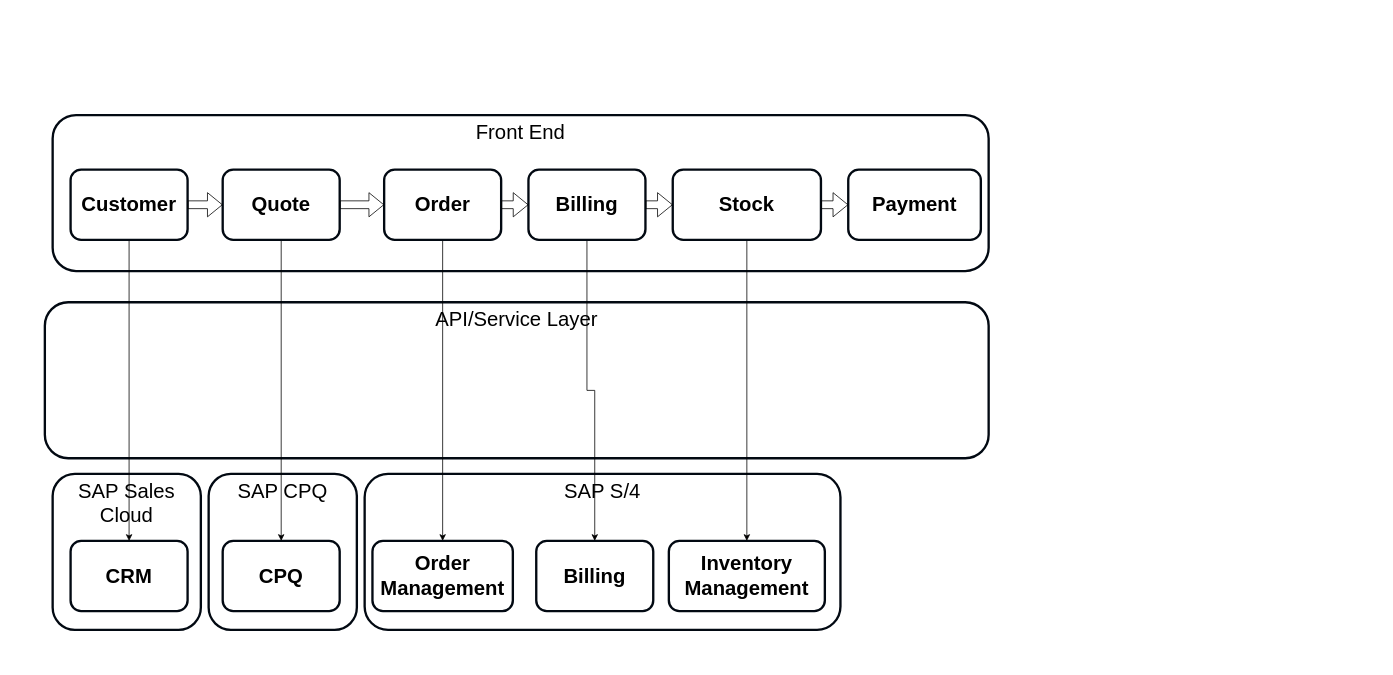
Above: page "UCP with POS" (11 of 13) of Sales Frontend Strategy.drawio in mrf742002/Diagrams (draw.io), before the change. Source tidied: cells renumbered, new cells numbered last; positions are measured from the earlier drawing's top-left corner, leaving out a move shared by most shapes. Both pictures are drawn from the tidied source at 78%, with x=0, y=0 at pixel (44, 115).
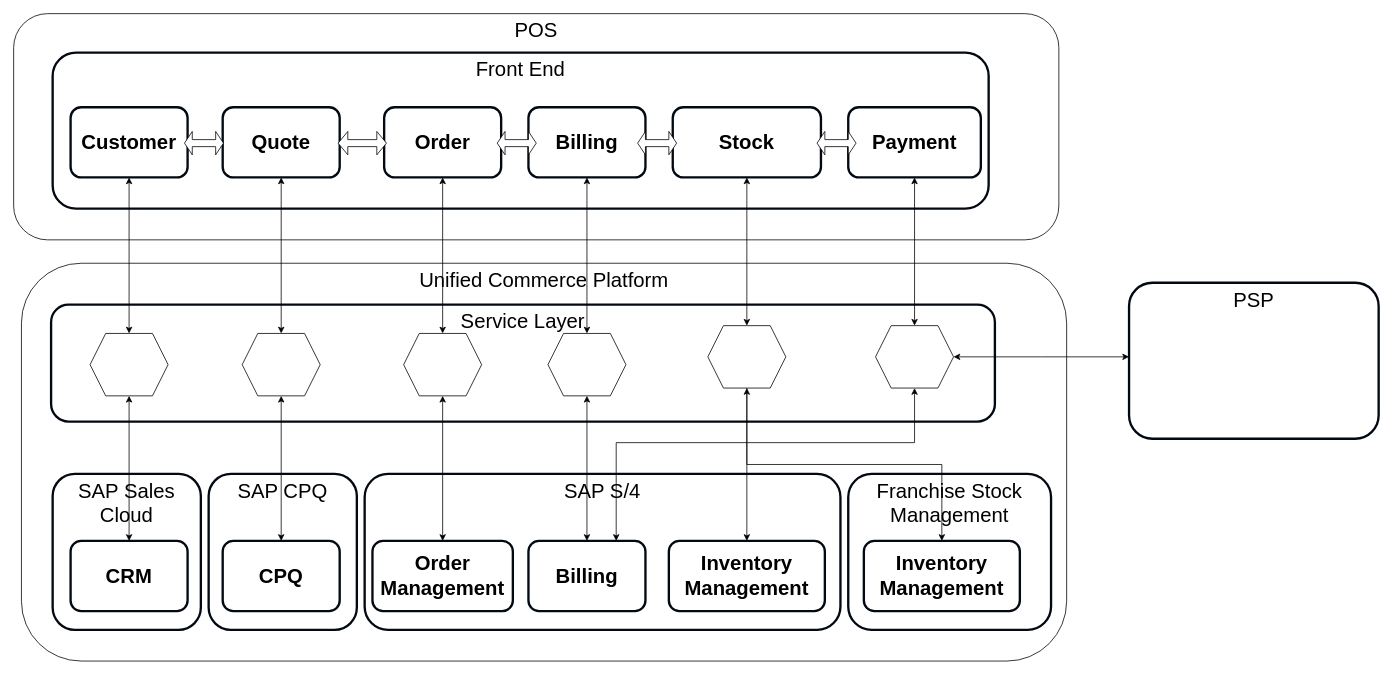
The same page after the edit.

Unchanged cells that the change refers to:
```xml
<mxCell id="6" value="&lt;b style=&quot;font-size: 26px&quot;&gt;CPQ&lt;br style=&quot;font-size: 26px&quot;&gt;&lt;/b&gt;" style="rounded=1;whiteSpace=wrap;html=1;verticalAlign=middle;strokeWidth=3;strokeColor=#020912;fontSize=26;" parent="1" vertex="1">
  <mxGeometry x="228" y="546" width="150" height="90" as="geometry" />
</mxCell>
<mxCell id="8" value="&lt;b style=&quot;font-size: 26px&quot;&gt;Inventory Management&lt;br style=&quot;font-size: 26px&quot;&gt;&lt;/b&gt;" style="rounded=1;whiteSpace=wrap;html=1;verticalAlign=middle;strokeWidth=3;strokeColor=#020912;fontSize=26;" parent="1" vertex="1">
  <mxGeometry x="800" y="546" width="200" height="90" as="geometry" />
</mxCell>
<mxCell id="9" value="&lt;b style=&quot;font-size: 26px&quot;&gt;CRM&lt;br style=&quot;font-size: 26px&quot;&gt;&lt;/b&gt;" style="rounded=1;whiteSpace=wrap;html=1;verticalAlign=middle;strokeWidth=3;strokeColor=#020912;fontSize=26;" parent="1" vertex="1">
  <mxGeometry x="33" y="546" width="150" height="90" as="geometry" />
</mxCell>
<mxCell id="10" value="&lt;b style=&quot;font-size: 26px&quot;&gt;Order Management&lt;br style=&quot;font-size: 26px&quot;&gt;&lt;/b&gt;" style="rounded=1;whiteSpace=wrap;html=1;verticalAlign=middle;strokeWidth=3;strokeColor=#020912;fontSize=26;" parent="1" vertex="1">
  <mxGeometry x="420" y="546" width="180" height="90" as="geometry" />
</mxCell>
```

Change to the diagram source:
```diff
@@
+    <mxCell id="28" value="POS" style="rounded=1;whiteSpace=wrap;html=1;verticalAlign=top;fontSize=26;" parent="1" vertex="1">
+      <mxGeometry x="-40" y="-130" width="1340" height="290" as="geometry" />
+    </mxCell>
+    <mxCell id="29" value="Unified Commerce Platform" style="rounded=1;whiteSpace=wrap;html=1;verticalAlign=top;fontSize=26;" parent="1" vertex="1">
+      <mxGeometry x="-30" y="190" width="1340" height="510" as="geometry" />
+    </mxCell>
+    <mxCell id="30" value="Franchise Stock Management" style="rounded=1;whiteSpace=wrap;html=1;verticalAlign=top;strokeWidth=3;strokeColor=#020912;fontSize=26;" parent="1" vertex="1">
+      <mxGeometry x="1030" y="460" width="260" height="200" as="geometry" />
+    </mxCell>
-    <mxCell id="2" value="API/Service Layer" style="rounded=1;whiteSpace=wrap;html=1;verticalAlign=top;strokeWidth=3;strokeColor=#020912;fontSize=26;" parent="1" vertex="1">
-      <mxGeometry y="240" width="1210" height="200" as="geometry" />
+    <mxCell id="2" value="Service Layer" style="rounded=1;whiteSpace=wrap;html=1;verticalAlign=top;strokeWidth=3;strokeColor=#020912;fontSize=26;" parent="1" vertex="1">
+      <mxGeometry x="8" y="243" width="1210" height="150" as="geometry" />
     </mxCell>
@@
     <mxCell id="7" value="&lt;b style=&quot;font-size: 26px&quot;&gt;Billing&lt;br style=&quot;font-size: 26px&quot;&gt;&lt;/b&gt;" style="rounded=1;whiteSpace=wrap;html=1;verticalAlign=middle;strokeWidth=3;strokeColor=#020912;fontSize=26;" parent="1" vertex="1">
-      <mxGeometry x="630" y="546" width="150" height="90" as="geometry" />
+      <mxGeometry x="620" y="546" width="150" height="90" as="geometry" />
     </mxCell>
@@
+    <mxCell id="31" style="edgeStyle=orthogonalEdgeStyle;rounded=0;jettySize=auto;html=1;exitX=0.5;exitY=0;exitDx=0;exitDy=0;startArrow=classic;startFill=1;" parent="1" edge="1" source="9" target="34">
+      <mxGeometry relative="1" as="geometry" />
+    </mxCell>
@@
     <mxCell id="11" value="Front End" style="rounded=1;whiteSpace=wrap;html=1;verticalAlign=top;strokeWidth=3;strokeColor=#020912;fontSize=26;" parent="1" vertex="1">
-      <mxGeometry x="10" width="1200" height="200" as="geometry" />
+      <mxGeometry x="10" y="-80" width="1200" height="200" as="geometry" />
     </mxCell>
-    <mxCell id="12" style="edgeStyle=orthogonalEdgeStyle;rounded=0;jettySize=auto;html=1;exitX=0.5;exitY=1;exitDx=0;exitDy=0;" parent="1" edge="1" source="13" target="9">
-      <mxGeometry relative="1" as="geometry" />
-    </mxCell>
     <mxCell id="13" value="&lt;b style=&quot;font-size: 26px&quot;&gt;Customer&lt;br style=&quot;font-size: 26px&quot;&gt;&lt;/b&gt;" style="rounded=1;whiteSpace=wrap;html=1;verticalAlign=middle;strokeWidth=3;strokeColor=#020912;fontSize=26;" parent="1" vertex="1">
-      <mxGeometry x="33" y="70" width="150" height="90" as="geometry" />
+      <mxGeometry x="33" y="-10" width="150" height="90" as="geometry" />
     </mxCell>
-    <mxCell id="14" style="edgeStyle=orthogonalEdgeStyle;rounded=0;jettySize=auto;html=1;exitX=0.5;exitY=1;exitDx=0;exitDy=0;" parent="1" edge="1" source="15" target="6">
-      <mxGeometry relative="1" as="geometry" />
-    </mxCell>
     <mxCell id="15" value="&lt;b style=&quot;font-size: 26px&quot;&gt;Quote&lt;br style=&quot;font-size: 26px&quot;&gt;&lt;/b&gt;" style="rounded=1;whiteSpace=wrap;html=1;verticalAlign=middle;strokeWidth=3;strokeColor=#020912;fontSize=26;" parent="1" vertex="1">
-      <mxGeometry x="228" y="70" width="150" height="90" as="geometry" />
+      <mxGeometry x="228" y="-10" width="150" height="90" as="geometry" />
     </mxCell>
-    <mxCell id="16" style="edgeStyle=orthogonalEdgeStyle;rounded=0;jettySize=auto;html=1;exitX=0.5;exitY=1;exitDx=0;exitDy=0;" parent="1" edge="1" source="17" target="10">
-      <mxGeometry relative="1" as="geometry" />
-    </mxCell>
     <mxCell id="17" value="&lt;b style=&quot;font-size: 26px&quot;&gt;Order&lt;br style=&quot;font-size: 26px&quot;&gt;&lt;/b&gt;" style="rounded=1;whiteSpace=wrap;html=1;verticalAlign=middle;strokeWidth=3;strokeColor=#020912;fontSize=26;" parent="1" vertex="1">
-      <mxGeometry x="435" y="70" width="150" height="90" as="geometry" />
+      <mxGeometry x="435" y="-10" width="150" height="90" as="geometry" />
     </mxCell>
-    <mxCell id="18" style="edgeStyle=orthogonalEdgeStyle;rounded=0;jettySize=auto;html=1;exitX=0.5;exitY=1;exitDx=0;exitDy=0;entryX=0.5;entryY=0;entryDx=0;entryDy=0;" parent="1" edge="1" source="19" target="7">
-      <mxGeometry relative="1" as="geometry" />
-    </mxCell>
     <mxCell id="19" value="&lt;b style=&quot;font-size: 26px&quot;&gt;Billing&lt;br style=&quot;font-size: 26px&quot;&gt;&lt;/b&gt;" style="rounded=1;whiteSpace=wrap;html=1;verticalAlign=middle;strokeWidth=3;strokeColor=#020912;fontSize=26;" parent="1" vertex="1">
-      <mxGeometry x="620" y="70" width="150" height="90" as="geometry" />
+      <mxGeometry x="620" y="-10" width="150" height="90" as="geometry" />
     </mxCell>
-    <mxCell id="20" style="edgeStyle=orthogonalEdgeStyle;rounded=0;jettySize=auto;html=1;exitX=0.5;exitY=1;exitDx=0;exitDy=0;" parent="1" edge="1" source="21" target="8">
-      <mxGeometry relative="1" as="geometry" />
-    </mxCell>
     <mxCell id="21" value="&lt;b style=&quot;font-size: 26px&quot;&gt;Stock&lt;br style=&quot;font-size: 26px&quot;&gt;&lt;/b&gt;" style="rounded=1;whiteSpace=wrap;html=1;verticalAlign=middle;strokeWidth=3;strokeColor=#020912;fontSize=26;" parent="1" vertex="1">
-      <mxGeometry x="805" y="70" width="190" height="90" as="geometry" />
+      <mxGeometry x="805" y="-10" width="190" height="90" as="geometry" />
     </mxCell>
+    <mxCell id="32" style="edgeStyle=orthogonalEdgeStyle;rounded=0;jettySize=auto;html=1;exitX=0.5;exitY=1;exitDx=0;exitDy=0;entryX=0.5;entryY=0;entryDx=0;entryDy=0;startArrow=classic;startFill=1;" parent="1" edge="1" source="22" target="50">
+      <mxGeometry relative="1" as="geometry" />
+    </mxCell>
     <mxCell id="22" value="&lt;b style=&quot;font-size: 26px&quot;&gt;Payment&lt;br style=&quot;font-size: 26px&quot;&gt;&lt;/b&gt;" style="rounded=1;whiteSpace=wrap;html=1;verticalAlign=middle;strokeWidth=3;strokeColor=#020912;fontSize=26;" parent="1" vertex="1">
-      <mxGeometry x="1030" y="70" width="170" height="90" as="geometry" />
+      <mxGeometry x="1030" y="-10" width="170" height="90" as="geometry" />
     </mxCell>
-    <mxCell id="23" style="shape=flexArrow;endArrow=classic;html=1;entryX=0;entryY=0.5;entryDx=0;entryDy=0;" parent="1" edge="1" source="13" target="15">
-      <mxGeometry relative="1" as="geometry" />
-    </mxCell>
-    <mxCell id="24" style="shape=flexArrow;endArrow=classic;html=1;exitX=1;exitY=0.5;exitDx=0;exitDy=0;" parent="1" edge="1" source="15" target="17">
-      <mxGeometry relative="1" as="geometry" />
-    </mxCell>
-    <mxCell id="25" style="shape=flexArrow;endArrow=classic;html=1;exitX=1;exitY=0.5;exitDx=0;exitDy=0;" parent="1" edge="1" source="17" target="19">
-      <mxGeometry relative="1" as="geometry" />
-    </mxCell>
-    <mxCell id="26" style="shape=flexArrow;endArrow=classic;html=1;" parent="1" edge="1" source="19" target="21">
-      <mxGeometry relative="1" as="geometry" />
-    </mxCell>
-    <mxCell id="27" style="shape=flexArrow;endArrow=classic;html=1;" parent="1" edge="1" source="21" target="22">
-      <mxGeometry relative="1" as="geometry" />
-    </mxCell>
+    <mxCell id="33" style="edgeStyle=orthogonalEdgeStyle;rounded=0;jettySize=auto;html=1;exitX=0.5;exitY=0;exitDx=0;exitDy=0;startArrow=classic;startFill=1;" parent="1" edge="1" source="34" target="13">
+      <mxGeometry relative="1" as="geometry" />
+    </mxCell>
+    <mxCell id="34" style="shape=hexagon;perimeter=hexagonPerimeter2;whiteSpace=wrap;html=1;fixedSize=1;" parent="1" vertex="1">
+      <mxGeometry x="58" y="280" width="100" height="80" as="geometry" />
+    </mxCell>
+    <mxCell id="35" style="edgeStyle=orthogonalEdgeStyle;rounded=0;jettySize=auto;html=1;exitX=0.5;exitY=0;exitDx=0;exitDy=0;startArrow=classic;startFill=1;" parent="1" edge="1" source="37" target="15">
+      <mxGeometry relative="1" as="geometry" />
+    </mxCell>
+    <mxCell id="36" style="edgeStyle=orthogonalEdgeStyle;rounded=0;jettySize=auto;html=1;exitX=0.5;exitY=1;exitDx=0;exitDy=0;startArrow=classic;startFill=1;" parent="1" edge="1" source="37" target="6">
+      <mxGeometry relative="1" as="geometry" />
+    </mxCell>
+    <mxCell id="37" style="shape=hexagon;perimeter=hexagonPerimeter2;whiteSpace=wrap;html=1;fixedSize=1;" parent="1" vertex="1">
+      <mxGeometry x="253" y="280" width="100" height="80" as="geometry" />
+    </mxCell>
+    <mxCell id="38" style="edgeStyle=orthogonalEdgeStyle;rounded=0;jettySize=auto;html=1;exitX=0.5;exitY=0;exitDx=0;exitDy=0;entryX=0.5;entryY=1;entryDx=0;entryDy=0;startArrow=classic;startFill=1;" parent="1" edge="1" source="40" target="17">
+      <mxGeometry relative="1" as="geometry" />
+    </mxCell>
+    <mxCell id="39" style="edgeStyle=orthogonalEdgeStyle;rounded=0;jettySize=auto;html=1;exitX=0.5;exitY=1;exitDx=0;exitDy=0;startArrow=classic;startFill=1;" parent="1" edge="1" source="40" target="10">
+      <mxGeometry relative="1" as="geometry" />
+    </mxCell>
+    <mxCell id="40" style="shape=hexagon;perimeter=hexagonPerimeter2;whiteSpace=wrap;html=1;fixedSize=1;" parent="1" vertex="1">
+      <mxGeometry x="460" y="280" width="100" height="80" as="geometry" />
+    </mxCell>
+    <mxCell id="41" style="edgeStyle=orthogonalEdgeStyle;rounded=0;jettySize=auto;html=1;exitX=0.5;exitY=0;exitDx=0;exitDy=0;startArrow=classic;startFill=1;" parent="1" edge="1" source="43" target="19">
+      <mxGeometry relative="1" as="geometry" />
+    </mxCell>
+    <mxCell id="42" style="edgeStyle=orthogonalEdgeStyle;rounded=0;jettySize=auto;html=1;exitX=0.5;exitY=1;exitDx=0;exitDy=0;startArrow=classic;startFill=1;" parent="1" edge="1" source="43" target="7">
+      <mxGeometry relative="1" as="geometry" />
+    </mxCell>
+    <mxCell id="43" style="shape=hexagon;perimeter=hexagonPerimeter2;whiteSpace=wrap;html=1;fixedSize=1;" parent="1" vertex="1">
+      <mxGeometry x="645" y="280" width="100" height="80" as="geometry" />
+    </mxCell>
+    <mxCell id="44" style="edgeStyle=orthogonalEdgeStyle;rounded=0;jettySize=auto;html=1;exitX=0.5;exitY=0;exitDx=0;exitDy=0;startArrow=classic;startFill=1;" parent="1" edge="1" source="47" target="21">
+      <mxGeometry relative="1" as="geometry" />
+    </mxCell>
+    <mxCell id="45" style="edgeStyle=orthogonalEdgeStyle;rounded=0;jettySize=auto;html=1;exitX=0.5;exitY=1;exitDx=0;exitDy=0;" parent="1" edge="1" source="47" target="8">
+      <mxGeometry relative="1" as="geometry" />
+    </mxCell>
+    <mxCell id="46" style="edgeStyle=orthogonalEdgeStyle;rounded=0;jettySize=auto;html=1;exitX=0.5;exitY=1;exitDx=0;exitDy=0;entryX=0.5;entryY=0;entryDx=0;entryDy=0;startArrow=classic;startFill=1;" parent="1" edge="1" source="47" target="52">
+      <mxGeometry relative="1" as="geometry" />
+    </mxCell>
+    <mxCell id="47" style="shape=hexagon;perimeter=hexagonPerimeter2;whiteSpace=wrap;html=1;fixedSize=1;" parent="1" vertex="1">
+      <mxGeometry x="850" y="270" width="100" height="80" as="geometry" />
+    </mxCell>
+    <mxCell id="48" style="edgeStyle=orthogonalEdgeStyle;rounded=0;jettySize=auto;html=1;exitX=1;exitY=0.5;exitDx=0;exitDy=0;startArrow=classic;startFill=1;" parent="1" edge="1" source="50">
+      <mxGeometry relative="1" as="geometry">
+        <mxPoint x="1390" y="310" as="targetPoint" />
+      </mxGeometry>
+    </mxCell>
+    <mxCell id="49" style="edgeStyle=orthogonalEdgeStyle;rounded=0;jettySize=auto;html=1;exitX=0.5;exitY=1;exitDx=0;exitDy=0;entryX=0.75;entryY=0;entryDx=0;entryDy=0;startArrow=classic;startFill=1;fontSize=26;" parent="1" edge="1" source="50" target="7">
+      <mxGeometry relative="1" as="geometry">
+        <Array as="points">
+          <mxPoint x="1115" y="420" />
+          <mxPoint x="733" y="420" />
+        </Array>
+      </mxGeometry>
+    </mxCell>
+    <mxCell id="50" style="shape=hexagon;perimeter=hexagonPerimeter2;whiteSpace=wrap;html=1;fixedSize=1;" parent="1" vertex="1">
+      <mxGeometry x="1065" y="270" width="100" height="80" as="geometry" />
+    </mxCell>
+    <mxCell id="51" value="PSP" style="rounded=1;whiteSpace=wrap;html=1;verticalAlign=top;strokeWidth=3;strokeColor=#020912;fontSize=26;" parent="1" vertex="1">
+      <mxGeometry x="1390" y="215" width="320" height="200" as="geometry" />
+    </mxCell>
+    <mxCell id="52" value="&lt;b style=&quot;font-size: 26px&quot;&gt;Inventory Management&lt;br style=&quot;font-size: 26px&quot;&gt;&lt;/b&gt;" style="rounded=1;whiteSpace=wrap;html=1;verticalAlign=middle;strokeWidth=3;strokeColor=#020912;fontSize=26;" parent="1" vertex="1">
+      <mxGeometry x="1050" y="546" width="200" height="90" as="geometry" />
+    </mxCell>
+    <mxCell id="53" style="shape=doubleArrow;whiteSpace=wrap;html=1;fontSize=26;" parent="1" vertex="1">
+      <mxGeometry x="179" y="21" width="50" height="30" as="geometry" />
+    </mxCell>
+    <mxCell id="54" style="shape=doubleArrow;whiteSpace=wrap;html=1;fontSize=26;" parent="1" vertex="1">
+      <mxGeometry x="376" y="21" width="62" height="30" as="geometry" />
+    </mxCell>
+    <mxCell id="55" style="shape=doubleArrow;whiteSpace=wrap;html=1;fontSize=26;" parent="1" vertex="1">
+      <mxGeometry x="580" y="21" width="50" height="30" as="geometry" />
+    </mxCell>
+    <mxCell id="56" style="shape=doubleArrow;whiteSpace=wrap;html=1;fontSize=26;" parent="1" vertex="1">
+      <mxGeometry x="760" y="21" width="50" height="30" as="geometry" />
+    </mxCell>
+    <mxCell id="57" style="shape=doubleArrow;whiteSpace=wrap;html=1;fontSize=26;" parent="1" vertex="1">
+      <mxGeometry x="990" y="21" width="50" height="30" as="geometry" />
+    </mxCell>
```
